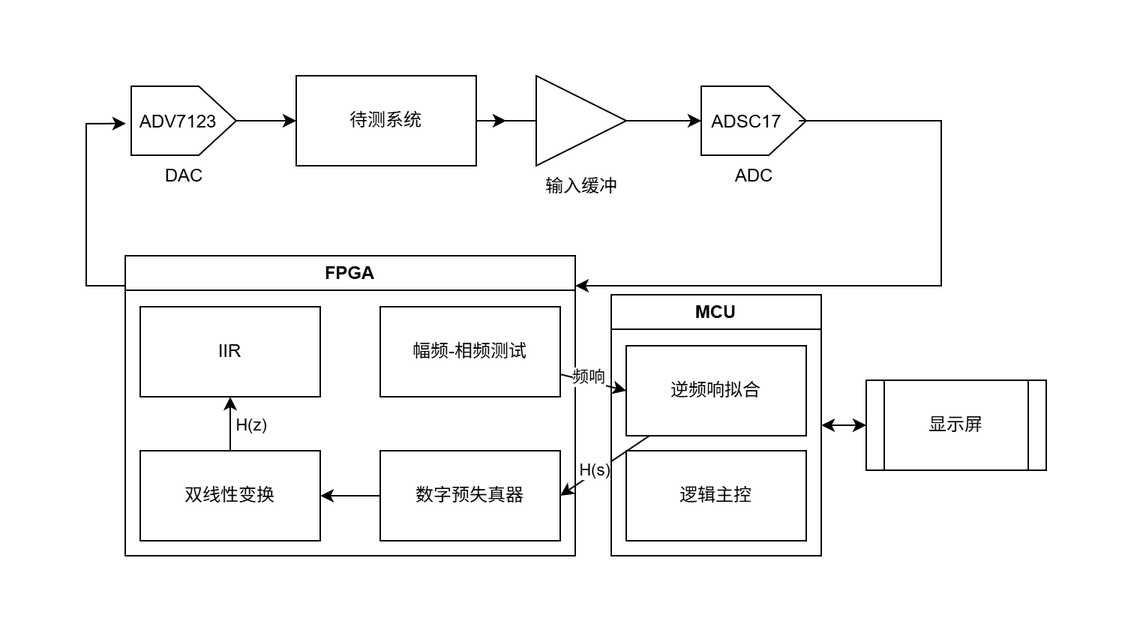
Above: doc/框图-第 1 页.drawio.png in lolifish/EleRace2025 (draw.io), before the change. Source tidied: cells renumbered, new cells last; positions are measured from the earlier drawing's top-left corner, leaving out a move shared by most shapes. Source of this version:
```xml
<mxGraphModel>
  <root>
    <mxCell id="0" />
    <mxCell id="1" parent="0" />
    <mxCell id="2" value="FPGA" style="swimlane;whiteSpace=wrap;html=1;" parent="1" vertex="1">
      <mxGeometry x="26" y="120" width="300" height="200" as="geometry" />
    </mxCell>
    <mxCell id="3" style="edgeStyle=orthogonalEdgeStyle;rounded=0;jettySize=auto;html=1;entryX=1;entryY=0.5;entryDx=0;entryDy=0;" parent="2" edge="1" source="5" target="9">
      <mxGeometry relative="1" as="geometry" />
    </mxCell>
    <mxCell id="4" value="H(z)" style="edgeLabel;html=1;align=center;verticalAlign=middle;" parent="3" vertex="1">
      <mxGeometry x="-0.27" y="-3" relative="1" as="geometry">
        <mxPoint x="-72" y="-44" as="offset" />
      </mxGeometry>
    </mxCell>
    <mxCell id="5" value="数字预失真器" style="whiteSpace=wrap;html=1;" parent="2" vertex="1">
      <mxGeometry x="170" y="130" width="120" height="60" as="geometry" />
    </mxCell>
    <mxCell id="6" value="幅频-相频测试" style="whiteSpace=wrap;html=1;" parent="2" vertex="1">
      <mxGeometry x="170" y="34" width="120" height="60" as="geometry" />
    </mxCell>
    <mxCell id="7" value="IIR" style="whiteSpace=wrap;html=1;" parent="2" vertex="1">
      <mxGeometry x="10" y="34" width="120" height="60" as="geometry" />
    </mxCell>
    <mxCell id="8" style="edgeStyle=orthogonalEdgeStyle;rounded=0;jettySize=auto;html=1;entryX=0.5;entryY=1;entryDx=0;entryDy=0;" parent="2" edge="1" source="9" target="7">
      <mxGeometry relative="1" as="geometry" />
    </mxCell>
    <mxCell id="9" value="双线性变换" style="whiteSpace=wrap;html=1;" parent="2" vertex="1">
      <mxGeometry x="10" y="130" width="120" height="60" as="geometry" />
    </mxCell>
    <mxCell id="10" style="edgeStyle=orthogonalEdgeStyle;rounded=0;jettySize=auto;html=1;entryX=0;entryY=0.5;entryDx=0;entryDy=0;startArrow=classic;startFill=1;" parent="1" edge="1" source="11" target="14">
      <mxGeometry relative="1" as="geometry" />
    </mxCell>
    <mxCell id="11" value="MCU" style="swimlane;whiteSpace=wrap;html=1;" parent="1" vertex="1">
      <mxGeometry x="350" y="146" width="140" height="174" as="geometry" />
    </mxCell>
    <mxCell id="12" value="逆频响拟合" style="whiteSpace=wrap;html=1;" parent="11" vertex="1">
      <mxGeometry x="10" y="34" width="120" height="60" as="geometry" />
    </mxCell>
    <mxCell id="13" value="逻辑主控" style="whiteSpace=wrap;html=1;" parent="11" vertex="1">
      <mxGeometry x="10" y="104" width="120" height="60" as="geometry" />
    </mxCell>
    <mxCell id="14" value="显示屏" style="shape=process;whiteSpace=wrap;html=1;backgroundOutline=1;" parent="1" vertex="1">
      <mxGeometry x="520" y="203" width="120" height="60" as="geometry" />
    </mxCell>
    <mxCell id="15" value="输入缓冲" style="verticalLabelPosition=bottom;shadow=0;dashed=0;align=center;html=1;verticalAlign=top;shape=mxgraph.electrical.logic_gates.buffer2;" parent="1" vertex="1">
      <mxGeometry x="280" width="100" height="60" as="geometry" />
    </mxCell>
    <mxCell id="16" value="ADC" style="verticalLabelPosition=bottom;shadow=0;dashed=0;align=center;html=1;verticalAlign=top;shape=mxgraph.electrical.abstract.dac;direction=east;" parent="1" vertex="1">
      <mxGeometry x="410" y="7" width="70" height="46" as="geometry" />
    </mxCell>
    <mxCell id="17" style="edgeStyle=orthogonalEdgeStyle;rounded=0;jettySize=auto;html=1;entryX=0;entryY=0.5;entryDx=0;entryDy=0;" parent="1" edge="1" source="18" target="20">
      <mxGeometry relative="1" as="geometry" />
    </mxCell>
    <mxCell id="18" value="DAC" style="verticalLabelPosition=bottom;shadow=0;dashed=0;align=center;html=1;verticalAlign=top;shape=mxgraph.electrical.abstract.dac;" parent="1" vertex="1">
      <mxGeometry x="30" y="7" width="70" height="46" as="geometry" />
    </mxCell>
    <mxCell id="19" style="edgeStyle=orthogonalEdgeStyle;rounded=0;jettySize=auto;html=1;" parent="1" edge="1" source="20" target="15">
      <mxGeometry relative="1" as="geometry" />
    </mxCell>
    <mxCell id="20" value="待测系统" style="whiteSpace=wrap;html=1;" parent="1" vertex="1">
      <mxGeometry x="140" width="120" height="60" as="geometry" />
    </mxCell>
    <mxCell id="21" style="edgeStyle=orthogonalEdgeStyle;rounded=0;jettySize=auto;html=1;entryX=0;entryY=0.5;entryDx=0;entryDy=0;entryPerimeter=0;" parent="1" edge="1" source="15" target="16">
      <mxGeometry relative="1" as="geometry" />
    </mxCell>
    <mxCell id="22" value="ADSC17" style="text;html=1;align=center;verticalAlign=middle;points=[];strokeColor=none;fillColor=none;" parent="1" vertex="1">
      <mxGeometry x="405" y="16" width="70" height="30" as="geometry" />
    </mxCell>
    <mxCell id="23" value="ADV7123" style="text;html=1;align=center;verticalAlign=middle;points=[];strokeColor=none;fillColor=none;" parent="1" vertex="1">
      <mxGeometry x="26" y="16" width="70" height="30" as="geometry" />
    </mxCell>
    <mxCell id="24" style="rounded=0;jettySize=auto;html=1;entryX=0;entryY=0.5;entryDx=0;entryDy=0;" parent="1" edge="1" source="6" target="12">
      <mxGeometry relative="1" as="geometry" />
    </mxCell>
    <mxCell id="25" value="频响" style="edgeLabel;html=1;align=center;verticalAlign=middle;" parent="24" vertex="1">
      <mxGeometry x="-0.18" y="3" relative="1" as="geometry" />
    </mxCell>
    <mxCell id="26" style="rounded=0;jettySize=auto;html=1;entryX=1;entryY=0.5;entryDx=0;entryDy=0;" parent="1" edge="1" source="12" target="5">
      <mxGeometry relative="1" as="geometry" />
    </mxCell>
    <mxCell id="27" value="H(s)" style="edgeLabel;html=1;align=center;verticalAlign=middle;" parent="26" vertex="1">
      <mxGeometry x="0.28" y="3" relative="1" as="geometry">
        <mxPoint y="-5" as="offset" />
      </mxGeometry>
    </mxCell>
    <mxCell id="28" style="edgeStyle=orthogonalEdgeStyle;rounded=0;jettySize=auto;html=1;entryX=0.006;entryY=0.53;entryDx=0;entryDy=0;entryPerimeter=0;" parent="1" edge="1" source="2" target="23">
      <mxGeometry relative="1" as="geometry">
        <Array as="points">
          <mxPoint y="140" />
          <mxPoint y="32" />
        </Array>
      </mxGeometry>
    </mxCell>
    <mxCell id="29" style="edgeStyle=orthogonalEdgeStyle;rounded=0;jettySize=auto;html=1;entryX=1;entryY=0.1;entryDx=0;entryDy=0;entryPerimeter=0;" parent="1" edge="1" source="22" target="2">
      <mxGeometry relative="1" as="geometry">
        <Array as="points">
          <mxPoint x="570" y="30" />
          <mxPoint x="570" y="140" />
        </Array>
      </mxGeometry>
    </mxCell>
  </root>
</mxGraphModel>
```
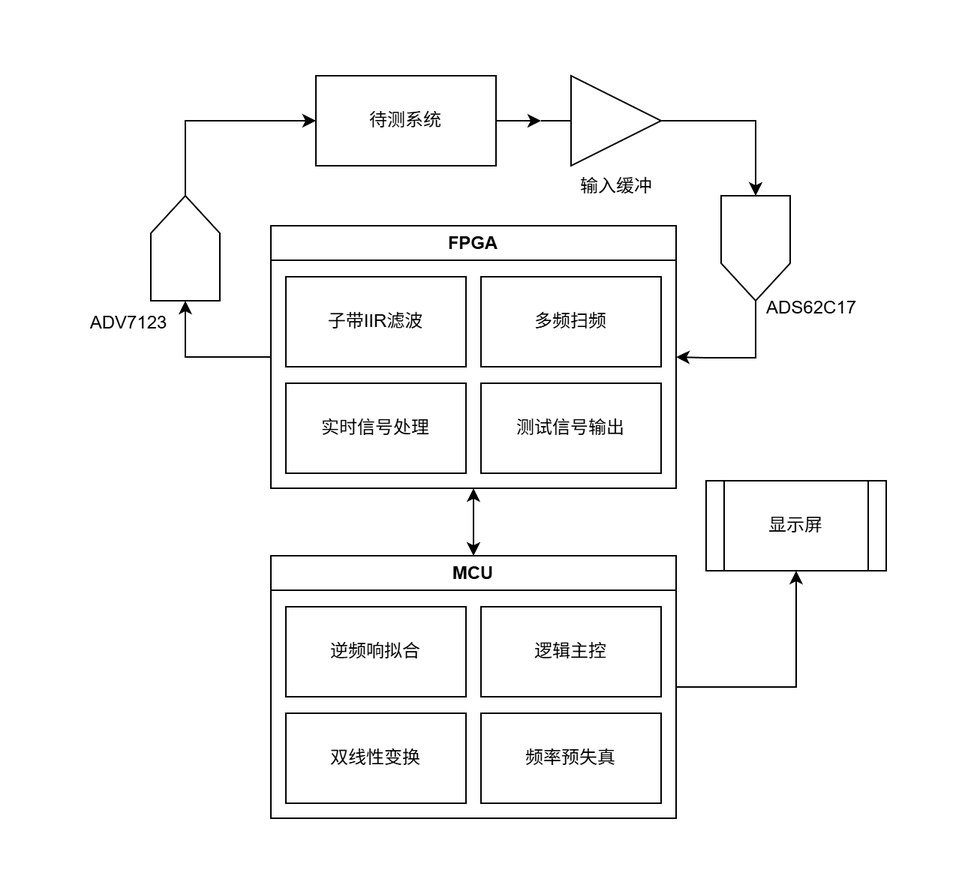
Above is the later version.

Change to the diagram source:
```diff
@@ -2,58 +2,68 @@
   <root>
     <mxCell id="0" />
     <mxCell id="1" parent="0" />
+    <mxCell id="30" style="edgeStyle=orthogonalEdgeStyle;rounded=0;jettySize=auto;html=1;entryX=0.5;entryY=0;entryDx=0;entryDy=0;startArrow=classic;startFill=1;" parent="1" edge="1" source="2" target="11">
+      <mxGeometry relative="1" as="geometry" />
+    </mxCell>
     <mxCell id="2" value="FPGA" style="swimlane;whiteSpace=wrap;html=1;" parent="1" vertex="1">
-      <mxGeometry x="26" y="120" width="300" height="200" as="geometry" />
+      <mxGeometry x="110" y="100" width="270" height="175" as="geometry" />
     </mxCell>
-    <mxCell id="3" style="edgeStyle=orthogonalEdgeStyle;rounded=0;jettySize=auto;html=1;entryX=1;entryY=0.5;entryDx=0;entryDy=0;" parent="2" edge="1" source="5" target="9">
-      <mxGeometry relative="1" as="geometry" />
-    </mxCell>
-    <mxCell id="4" value="H(z)" style="edgeLabel;html=1;align=center;verticalAlign=middle;" parent="3" vertex="1">
-      <mxGeometry x="-0.27" y="-3" relative="1" as="geometry">
-        <mxPoint x="-72" y="-44" as="offset" />
-      </mxGeometry>
-    </mxCell>
-    <mxCell id="5" value="数字预失真器" style="whiteSpace=wrap;html=1;" parent="2" vertex="1">
-      <mxGeometry x="170" y="130" width="120" height="60" as="geometry" />
-    </mxCell>
-    <mxCell id="6" value="幅频-相频测试" style="whiteSpace=wrap;html=1;" parent="2" vertex="1">
-      <mxGeometry x="170" y="34" width="120" height="60" as="geometry" />
+    <mxCell id="6" value="多频扫频" style="whiteSpace=wrap;html=1;" parent="2" vertex="1">
+      <mxGeometry x="140" y="34" width="120" height="60" as="geometry" />
     </mxCell>
-    <mxCell id="7" value="IIR" style="whiteSpace=wrap;html=1;" parent="2" vertex="1">
-      <mxGeometry x="10" y="34" width="120" height="60" as="geometry" />
+    <mxCell id="7" value="测试信号输出" style="whiteSpace=wrap;html=1;" parent="2" vertex="1">
+      <mxGeometry x="140" y="105" width="120" height="60" as="geometry" />
     </mxCell>
-    <mxCell id="8" style="edgeStyle=orthogonalEdgeStyle;rounded=0;jettySize=auto;html=1;entryX=0.5;entryY=1;entryDx=0;entryDy=0;" parent="2" edge="1" source="9" target="7">
-      <mxGeometry relative="1" as="geometry" />
-    </mxCell>
-    <mxCell id="9" value="双线性变换" style="whiteSpace=wrap;html=1;" parent="2" vertex="1">
-      <mxGeometry x="10" y="130" width="120" height="60" as="geometry" />
-    </mxCell>
+    <mxCell id="31" value="子带IIR滤波" style="whiteSpace=wrap;html=1;" parent="2" vertex="1">
+      <mxGeometry x="10" y="34" width="120" height="60" as="geometry" />
+    </mxCell>
+    <mxCell id="32" value="实时信号处理" style="whiteSpace=wrap;html=1;" parent="2" vertex="1">
+      <mxGeometry x="10" y="105" width="120" height="60" as="geometry" />
+    </mxCell>
-    <mxCell id="10" style="edgeStyle=orthogonalEdgeStyle;rounded=0;jettySize=auto;html=1;entryX=0;entryY=0.5;entryDx=0;entryDy=0;startArrow=classic;startFill=1;" parent="1" edge="1" source="11" target="14">
+    <mxCell id="10" style="edgeStyle=orthogonalEdgeStyle;rounded=0;jettySize=auto;html=1;entryX=0.5;entryY=1;entryDx=0;entryDy=0;" parent="1" edge="1" source="11" target="14">
       <mxGeometry relative="1" as="geometry" />
     </mxCell>
     <mxCell id="11" value="MCU" style="swimlane;whiteSpace=wrap;html=1;" parent="1" vertex="1">
-      <mxGeometry x="350" y="146" width="140" height="174" as="geometry" />
+      <mxGeometry x="110" y="320" width="270" height="175" as="geometry" />
     </mxCell>
     <mxCell id="12" value="逆频响拟合" style="whiteSpace=wrap;html=1;" parent="11" vertex="1">
       <mxGeometry x="10" y="34" width="120" height="60" as="geometry" />
     </mxCell>
     <mxCell id="13" value="逻辑主控" style="whiteSpace=wrap;html=1;" parent="11" vertex="1">
-      <mxGeometry x="10" y="104" width="120" height="60" as="geometry" />
+      <mxGeometry x="140" y="34" width="120" height="60" as="geometry" />
     </mxCell>
+    <mxCell id="9" value="双线性变换" style="whiteSpace=wrap;html=1;" parent="11" vertex="1">
+      <mxGeometry x="10" y="105" width="120" height="60" as="geometry" />
+    </mxCell>
+    <mxCell id="33" value="频率预失真" style="whiteSpace=wrap;html=1;" parent="11" vertex="1">
+      <mxGeometry x="140" y="105" width="120" height="60" as="geometry" />
+    </mxCell>
     <mxCell id="14" value="显示屏" style="shape=process;whiteSpace=wrap;html=1;backgroundOutline=1;" parent="1" vertex="1">
-      <mxGeometry x="520" y="203" width="120" height="60" as="geometry" />
+      <mxGeometry x="400" y="270" width="120" height="60" as="geometry" />
     </mxCell>
     <mxCell id="15" value="输入缓冲" style="verticalLabelPosition=bottom;shadow=0;dashed=0;align=center;html=1;verticalAlign=top;shape=mxgraph.electrical.logic_gates.buffer2;" parent="1" vertex="1">
-      <mxGeometry x="280" width="100" height="60" as="geometry" />
+      <mxGeometry x="290" width="100" height="60" as="geometry" />
     </mxCell>
+    <mxCell id="34" style="edgeStyle=orthogonalEdgeStyle;rounded=0;jettySize=auto;html=1;entryX=1;entryY=0.5;entryDx=0;entryDy=0;" parent="1" edge="1" source="16" target="2">
+      <mxGeometry relative="1" as="geometry">
+        <Array as="points">
+          <mxPoint x="433" y="188" />
+          <mxPoint x="400" y="188" />
+        </Array>
+      </mxGeometry>
+    </mxCell>
-    <mxCell id="16" value="ADC" style="verticalLabelPosition=bottom;shadow=0;dashed=0;align=center;html=1;verticalAlign=top;shape=mxgraph.electrical.abstract.dac;direction=east;" parent="1" vertex="1">
-      <mxGeometry x="410" y="7" width="70" height="46" as="geometry" />
+    <mxCell id="16" style="verticalLabelPosition=bottom;shadow=0;dashed=0;align=center;html=1;verticalAlign=top;shape=mxgraph.electrical.abstract.dac;direction=south;" parent="1" vertex="1">
+      <mxGeometry x="410" y="80" width="46" height="70" as="geometry" />
     </mxCell>
     <mxCell id="17" style="edgeStyle=orthogonalEdgeStyle;rounded=0;jettySize=auto;html=1;entryX=0;entryY=0.5;entryDx=0;entryDy=0;" parent="1" edge="1" source="18" target="20">
-      <mxGeometry relative="1" as="geometry" />
+      <mxGeometry relative="1" as="geometry">
+        <Array as="points">
+          <mxPoint x="53" y="30" />
+        </Array>
+      </mxGeometry>
     </mxCell>
-    <mxCell id="18" value="DAC" style="verticalLabelPosition=bottom;shadow=0;dashed=0;align=center;html=1;verticalAlign=top;shape=mxgraph.electrical.abstract.dac;" parent="1" vertex="1">
-      <mxGeometry x="30" y="7" width="70" height="46" as="geometry" />
+    <mxCell id="18" style="verticalLabelPosition=bottom;shadow=0;dashed=0;align=center;html=1;verticalAlign=top;shape=mxgraph.electrical.abstract.dac;direction=north;" parent="1" vertex="1">
+      <mxGeometry x="30" y="80" width="46" height="70" as="geometry" />
     </mxCell>
     <mxCell id="19" style="edgeStyle=orthogonalEdgeStyle;rounded=0;jettySize=auto;html=1;" parent="1" edge="1" source="20" target="15">
       <mxGeometry relative="1" as="geometry" />
@@ -61,44 +71,17 @@
     <mxCell id="20" value="待测系统" style="whiteSpace=wrap;html=1;" parent="1" vertex="1">
       <mxGeometry x="140" width="120" height="60" as="geometry" />
     </mxCell>
-    <mxCell id="21" style="edgeStyle=orthogonalEdgeStyle;rounded=0;jettySize=auto;html=1;entryX=0;entryY=0.5;entryDx=0;entryDy=0;entryPerimeter=0;" parent="1" edge="1" source="15" target="16">
-      <mxGeometry relative="1" as="geometry" />
-    </mxCell>
-    <mxCell id="22" value="ADSC17" style="text;html=1;align=center;verticalAlign=middle;points=[];strokeColor=none;fillColor=none;" parent="1" vertex="1">
-      <mxGeometry x="405" y="16" width="70" height="30" as="geometry" />
+    <mxCell id="22" value="ADS62C17" style="text;html=1;align=center;verticalAlign=middle;points=[];strokeColor=none;fillColor=none;" parent="1" vertex="1">
+      <mxGeometry x="430" y="140" width="80" height="30" as="geometry" />
     </mxCell>
     <mxCell id="23" value="ADV7123" style="text;html=1;align=center;verticalAlign=middle;points=[];strokeColor=none;fillColor=none;" parent="1" vertex="1">
-      <mxGeometry x="26" y="16" width="70" height="30" as="geometry" />
+      <mxGeometry x="-20" y="150" width="70" height="30" as="geometry" />
     </mxCell>
-    <mxCell id="24" style="rounded=0;jettySize=auto;html=1;entryX=0;entryY=0.5;entryDx=0;entryDy=0;" parent="1" edge="1" source="6" target="12">
-      <mxGeometry relative="1" as="geometry" />
-    </mxCell>
-    <mxCell id="25" value="频响" style="edgeLabel;html=1;align=center;verticalAlign=middle;" parent="24" vertex="1">
-      <mxGeometry x="-0.18" y="3" relative="1" as="geometry" />
-    </mxCell>
-    <mxCell id="26" style="rounded=0;jettySize=auto;html=1;entryX=1;entryY=0.5;entryDx=0;entryDy=0;" parent="1" edge="1" source="12" target="5">
-      <mxGeometry relative="1" as="geometry" />
-    </mxCell>
-    <mxCell id="27" value="H(s)" style="edgeLabel;html=1;align=center;verticalAlign=middle;" parent="26" vertex="1">
-      <mxGeometry x="0.28" y="3" relative="1" as="geometry">
-        <mxPoint y="-5" as="offset" />
-      </mxGeometry>
-    </mxCell>
-    <mxCell id="28" style="edgeStyle=orthogonalEdgeStyle;rounded=0;jettySize=auto;html=1;entryX=0.006;entryY=0.53;entryDx=0;entryDy=0;entryPerimeter=0;" parent="1" edge="1" source="2" target="23">
-      <mxGeometry relative="1" as="geometry">
-        <Array as="points">
-          <mxPoint y="140" />
-          <mxPoint y="32" />
-        </Array>
-      </mxGeometry>
-    </mxCell>
-    <mxCell id="29" style="edgeStyle=orthogonalEdgeStyle;rounded=0;jettySize=auto;html=1;entryX=1;entryY=0.1;entryDx=0;entryDy=0;entryPerimeter=0;" parent="1" edge="1" source="22" target="2">
-      <mxGeometry relative="1" as="geometry">
-        <Array as="points">
-          <mxPoint x="570" y="30" />
-          <mxPoint x="570" y="140" />
-        </Array>
-      </mxGeometry>
-    </mxCell>
+    <mxCell id="21" style="edgeStyle=orthogonalEdgeStyle;rounded=0;jettySize=auto;html=1;entryX=0;entryY=0.5;entryDx=0;entryDy=0;entryPerimeter=0;" parent="1" edge="1" source="15" target="16">
+      <mxGeometry relative="1" as="geometry" />
+    </mxCell>
+    <mxCell id="35" style="edgeStyle=orthogonalEdgeStyle;rounded=0;jettySize=auto;html=1;entryX=0;entryY=0.5;entryDx=0;entryDy=0;entryPerimeter=0;" parent="1" edge="1" source="2" target="18">
+      <mxGeometry relative="1" as="geometry" />
+    </mxCell>
   </root>
 </mxGraphModel>
```
